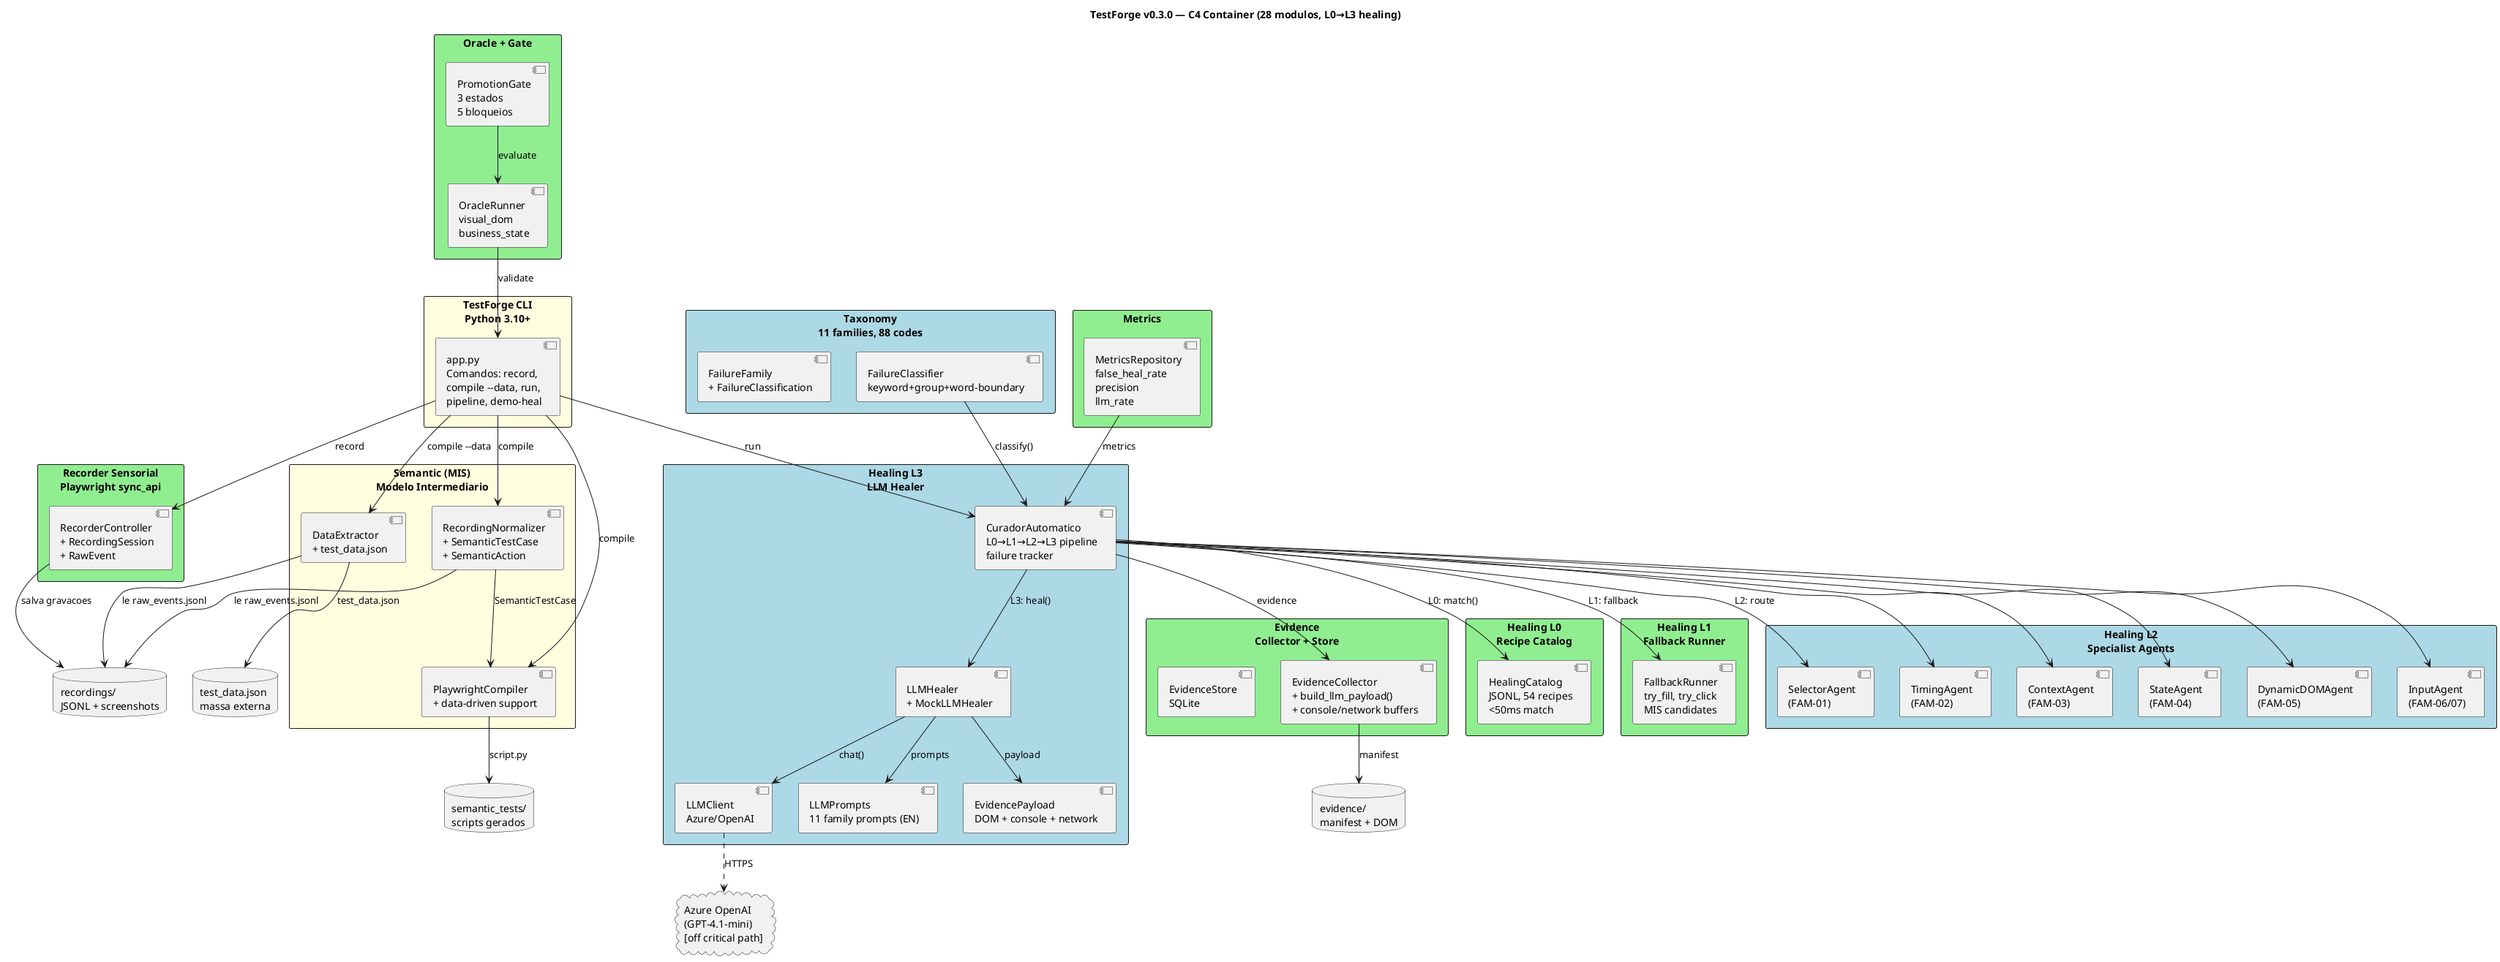
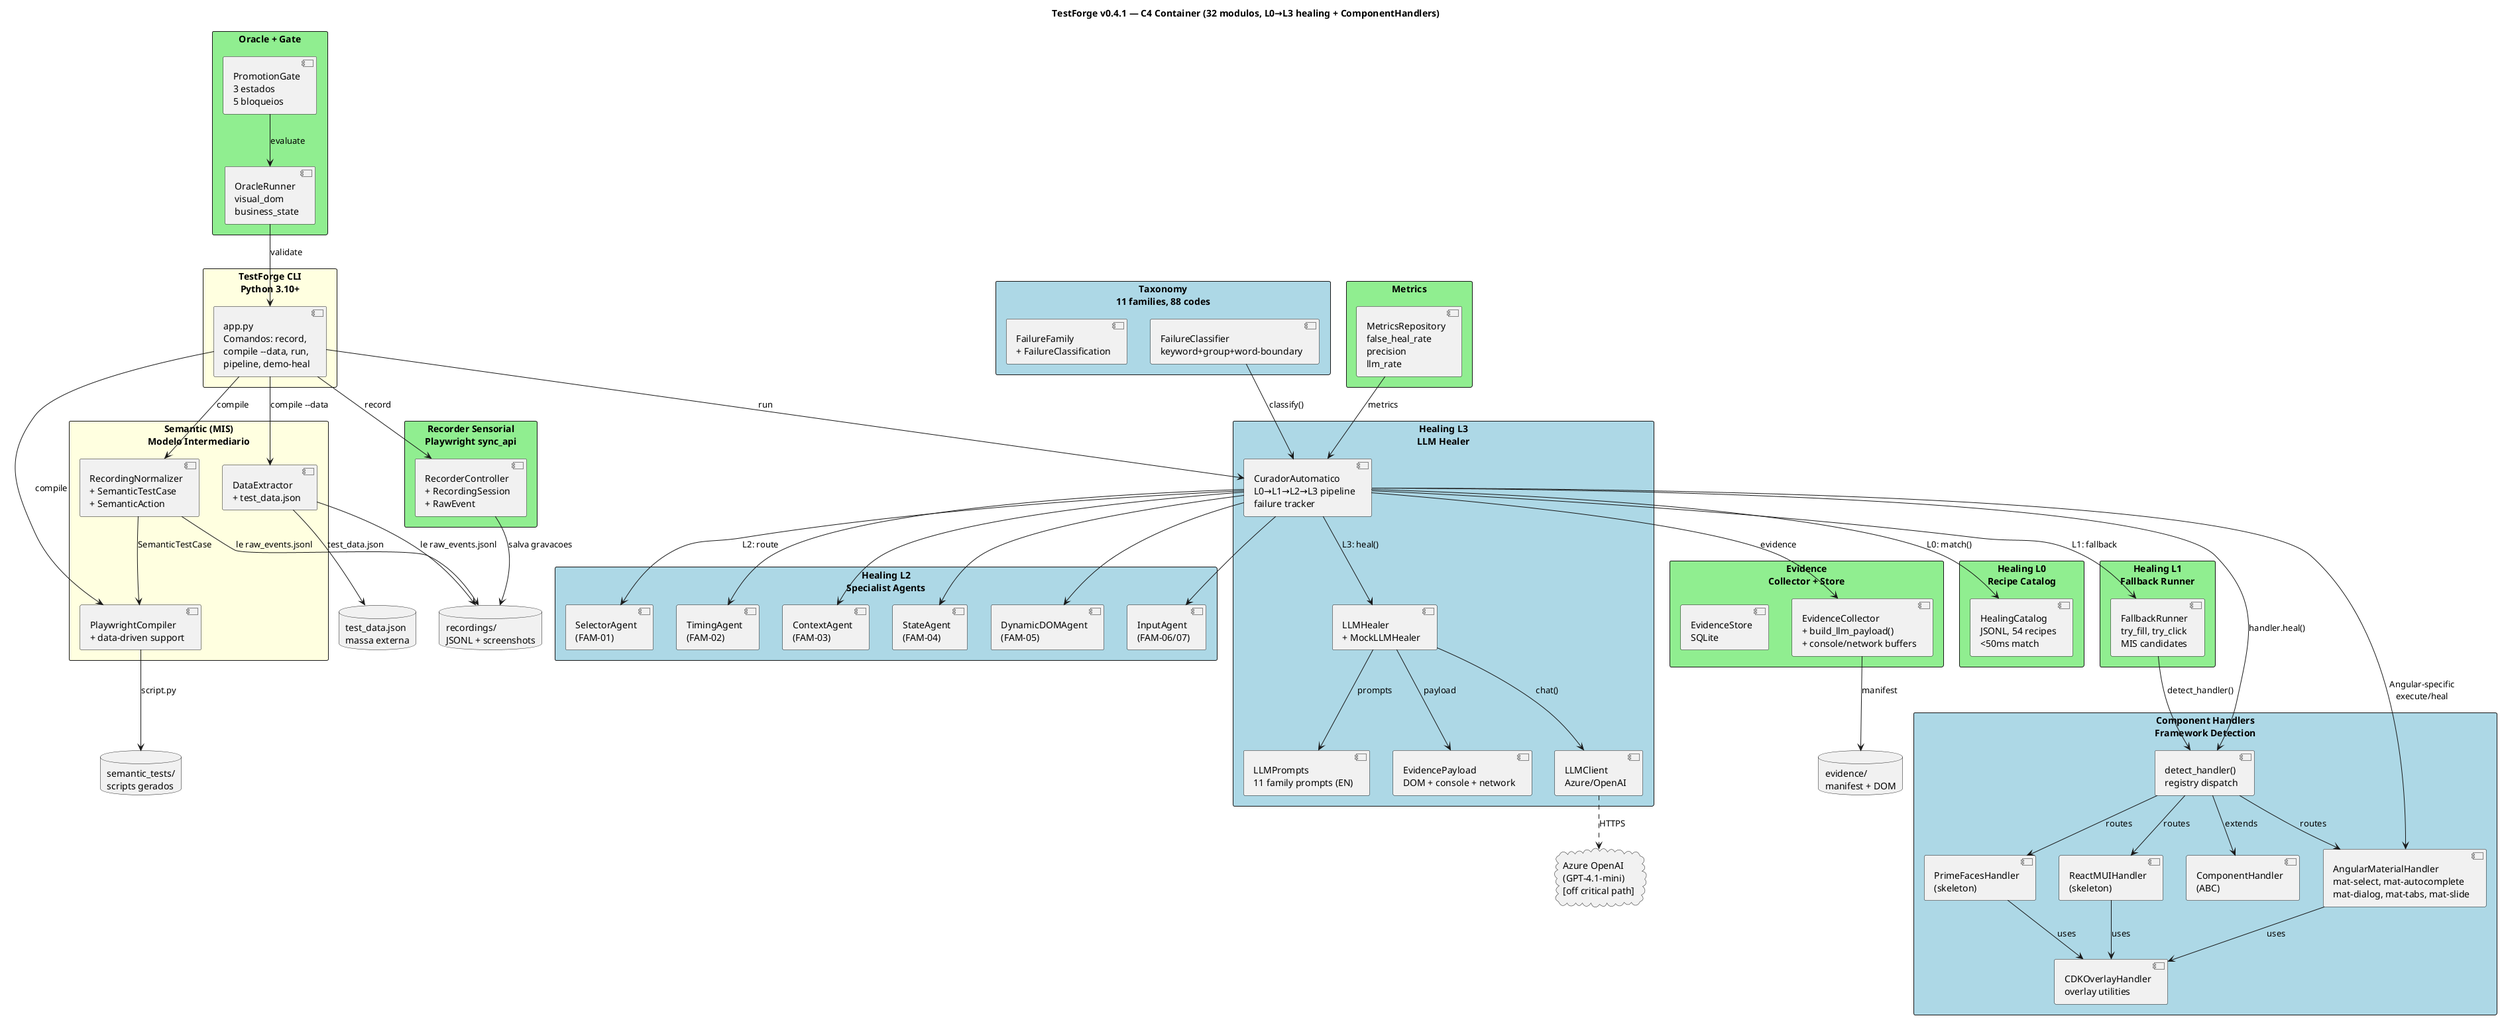
@startuml
- title TestForge v0.3.0 — C4 Container (28 modulos, L0→L3 healing)
+ title TestForge v0.4.1 — C4 Container (32 modulos, L0→L3 healing + ComponentHandlers)

skinparam backgroundColor #FFFFFF
skinparam packageStyle rectangle

rectangle "TestForge CLI\nPython 3.10+" as CLI #LightYellow {
  component "app.py\nComandos: record,\ncompile --data, run,\npipeline, demo-heal" as App
}

rectangle "Recorder Sensorial\nPlaywright sync_api" as Recorder #LightGreen {
  component "RecorderController\n+ RecordingSession\n+ RawEvent" as REC
}

rectangle "Semantic (MIS)\nModelo Intermediario" as Semantic #LightYellow {
  component "RecordingNormalizer\n+ SemanticTestCase\n+ SemanticAction" as MIS
  component "PlaywrightCompiler\n+ data-driven support" as COMP
  component "DataExtractor\n+ test_data.json" as DE
}

rectangle "Evidence\nCollector + Store" as Evidence #LightGreen {
  component "EvidenceCollector\n+ build_llm_payload()\n+ console/network buffers" as EC
  component "EvidenceStore\nSQLite" as ES
}

rectangle "Taxonomy\n11 families, 88 codes" as Taxonomy #LightBlue {
  component "FailureClassifier\nkeyword+group+word-boundary" as FC
  component "FailureFamily\n+ FailureClassification" as FF
}

rectangle "Healing L0\nRecipe Catalog" as L0 #LightGreen {
  component "HealingCatalog\nJSONL, 54 recipes\n<50ms match" as HC
}

rectangle "Healing L1\nFallback Runner" as L1 #LightGreen {
  component "FallbackRunner\ntry_fill, try_click\nMIS candidates" as FR
}

rectangle "Healing L2\nSpecialist Agents" as L2 #LightBlue {
  component "SelectorAgent\n(FAM-01)" as SA
  component "TimingAgent\n(FAM-02)" as TA
  component "ContextAgent\n(FAM-03)" as CA
  component "StateAgent\n(FAM-04)" as StA
  component "DynamicDOMAgent\n(FAM-05)" as DA
  component "InputAgent\n(FAM-06/07)" as IA
}

rectangle "Healing L3\nLLM Healer" as L3 #LightBlue {
  component "CuradorAutomatico\nL0→L1→L2→L3 pipeline\nfailure tracker" as CUR
  component "LLMHealer\n+ MockLLMHealer" as LLM
  component "LLMClient\nAzure/OpenAI" as LClient
  component "LLMPrompts\n11 family prompts (EN)" as LPrompts
  component "EvidencePayload\nDOM + console + network" as EP
+ }
+ 
+ rectangle "Component Handlers\nFramework Detection" as Handlers #LightBlue {
+   component "ComponentHandler\n(ABC)" as BASE
+   component "AngularMaterialHandler\nmat-select, mat-autocomplete\nmat-dialog, mat-tabs, mat-slide" as AMH
+   component "PrimeFacesHandler\n(skeleton)" as PFH
+   component "ReactMUIHandler\n(skeleton)" as RWH
+   component "CDKOverlayHandler\noverlay utilities" as COH
+   component "detect_handler()\nregistry dispatch" as DET
}

rectangle "Oracle + Gate" as Oracle #LightGreen {
  component "OracleRunner\nvisual_dom\nbusiness_state" as OR
  component "PromotionGate\n3 estados\n5 bloqueios" as PG
}

rectangle "Metrics" as Metrics #LightGreen {
  component "MetricsRepository\nfalse_heal_rate\nprecision\nllm_rate" as MR
}

database "recordings/\nJSONL + screenshots" as RECDB
database "evidence/\nmanifest + DOM" as EVIDB
database "semantic_tests/\nscripts gerados" as STDB
database "test_data.json\nmassa externa" as TDB

cloud "Azure OpenAI\n(GPT-4.1-mini)\n[off critical path]" as AZURE

' --- Connections ---

App --> REC : record
App --> MIS : compile
App --> COMP : compile
App --> DE : compile --data
App --> CUR : run

REC --> RECDB : salva gravacoes

MIS --> RECDB : le raw_events.jsonl
MIS --> COMP : SemanticTestCase
DE --> RECDB : le raw_events.jsonl
DE --> TDB : test_data.json
COMP --> STDB : script.py

CUR --> HC : L0: match()
CUR --> FR : L1: fallback
CUR --> SA : L2: route
CUR --> TA
CUR --> CA
CUR --> StA
CUR --> DA
CUR --> IA
CUR --> LLM : L3: heal()
LLM --> LClient : chat()
LLM --> LPrompts : prompts
LLM --> EP : payload
CUR --> EC : evidence
EC --> EVIDB : manifest

FC --> CUR : classify()
OR --> App : validate
PG --> OR : evaluate
MR --> CUR : metrics

+ ' --- Handler connections ---
+ 
+ DET --> BASE : extends
+ DET --> AMH : routes
+ DET --> PFH : routes
+ DET --> RWH : routes
+ AMH --> COH : uses
+ PFH --> COH : uses
+ RWH --> COH : uses
+ 
+ FR --> DET : detect_handler()
+ CUR --> DET : handler.heal()
+ CUR --> AMH : Angular-specific\nexecute/heal
LClient ..> AZURE : HTTPS

@enduml
